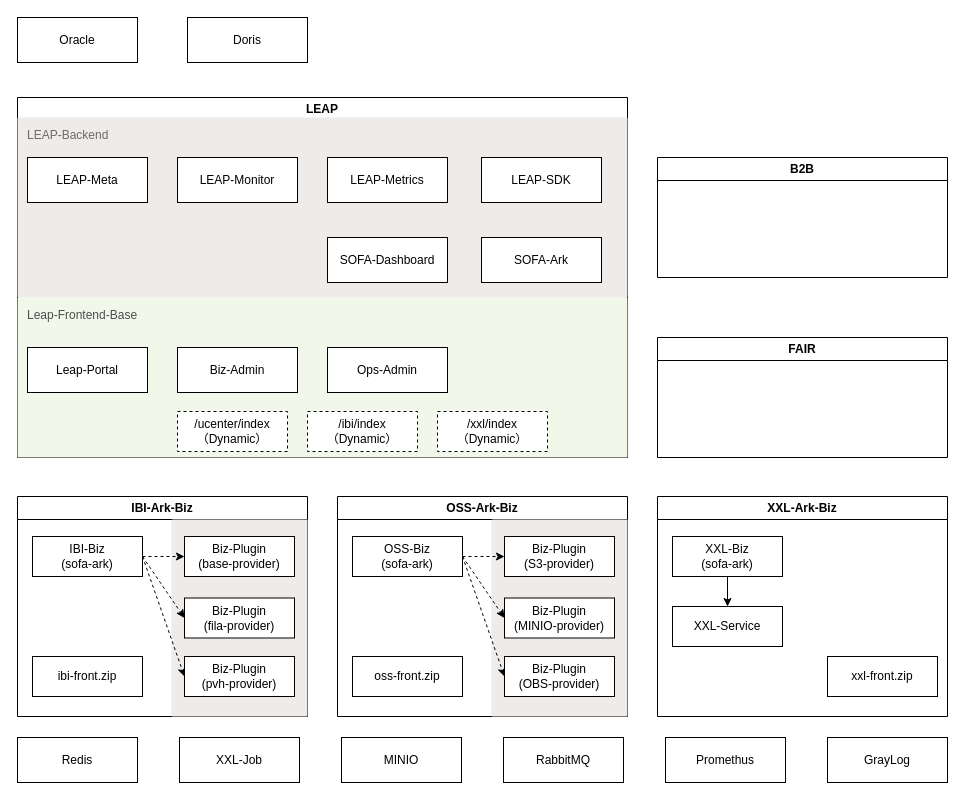
This is 大系统架构.drawio from tianyaxiangdong/drawio, a draw.io file, before an edit. Source tidied: cells renumbered, new cells numbered last; positions are measured from the earlier drawing's top-left corner, leaving out a move shared by most shapes. Both pictures are drawn from the tidied source at 100%, with x=0, y=0 at pixel (17, 17).
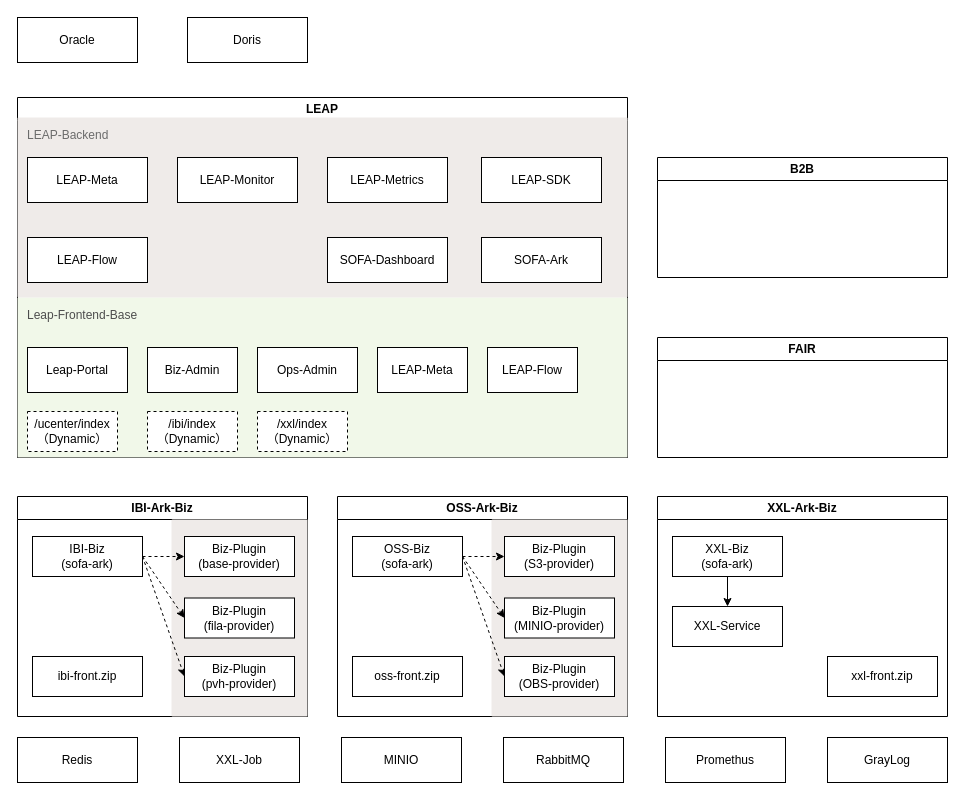
Above is the later version.

Commit message (it also covers changes not shown here):
更新大系统架构.drawio

Unchanged cells that the change refers to:
```xml
<mxCell id="12" value="LEAP" style="swimlane;whiteSpace=wrap;html=1;" parent="1" vertex="1">
  <mxGeometry y="80" width="610" height="360" as="geometry" />
</mxCell>
```

The edit, as a diff of the source:
```diff
@@
     <mxCell id="14" value="/ibi/index&lt;br&gt;（Dynamic）" style="rounded=0;whiteSpace=wrap;html=1;dashed=1;" parent="12" vertex="1">
-      <mxGeometry x="290" y="314" width="110" height="40" as="geometry" />
+      <mxGeometry x="130" y="314" width="90" height="40" as="geometry" />
     </mxCell>
     <mxCell id="15" value="Biz-Admin" style="rounded=0;whiteSpace=wrap;html=1;" parent="12" vertex="1">
-      <mxGeometry x="160" y="250" width="120" height="45" as="geometry" />
+      <mxGeometry x="130" y="250" width="90" height="45" as="geometry" />
     </mxCell>
     <mxCell id="16" value="/xxl/index&lt;br&gt;（Dynamic）" style="rounded=0;whiteSpace=wrap;html=1;dashed=1;" parent="12" vertex="1">
-      <mxGeometry x="420" y="314" width="110" height="40" as="geometry" />
+      <mxGeometry x="240" y="314" width="90" height="40" as="geometry" />
     </mxCell>
     <mxCell id="17" value="/ucenter/index&lt;br&gt;（Dynamic）" style="rounded=0;whiteSpace=wrap;html=1;dashed=1;" parent="12" vertex="1">
-      <mxGeometry x="160" y="314" width="110" height="40" as="geometry" />
+      <mxGeometry x="10" y="314" width="90" height="40" as="geometry" />
     </mxCell>
     <mxCell id="18" value="Leap-Portal" style="rounded=0;whiteSpace=wrap;html=1;" parent="12" vertex="1">
-      <mxGeometry x="10" y="250" width="120" height="45" as="geometry" />
+      <mxGeometry x="10" y="250" width="100" height="45" as="geometry" />
     </mxCell>
     <mxCell id="19" value="Ops-Admin" style="rounded=0;whiteSpace=wrap;html=1;" parent="12" vertex="1">
-      <mxGeometry x="310" y="250" width="120" height="45" as="geometry" />
+      <mxGeometry x="240" y="250" width="100" height="45" as="geometry" />
     </mxCell>
@@
+    <mxCell id="52" value="LEAP-Flow" style="rounded=0;whiteSpace=wrap;html=1;" parent="12" vertex="1">
+      <mxGeometry x="10" y="140" width="120" height="45" as="geometry" />
+    </mxCell>
+    <mxCell id="53" value="LEAP-Meta" style="rounded=0;whiteSpace=wrap;html=1;" parent="12" vertex="1">
+      <mxGeometry x="360" y="250" width="90" height="45" as="geometry" />
+    </mxCell>
+    <mxCell id="54" value="LEAP-Flow" style="rounded=0;whiteSpace=wrap;html=1;" parent="12" vertex="1">
+      <mxGeometry x="470" y="250" width="90" height="45" as="geometry" />
+    </mxCell>
```
